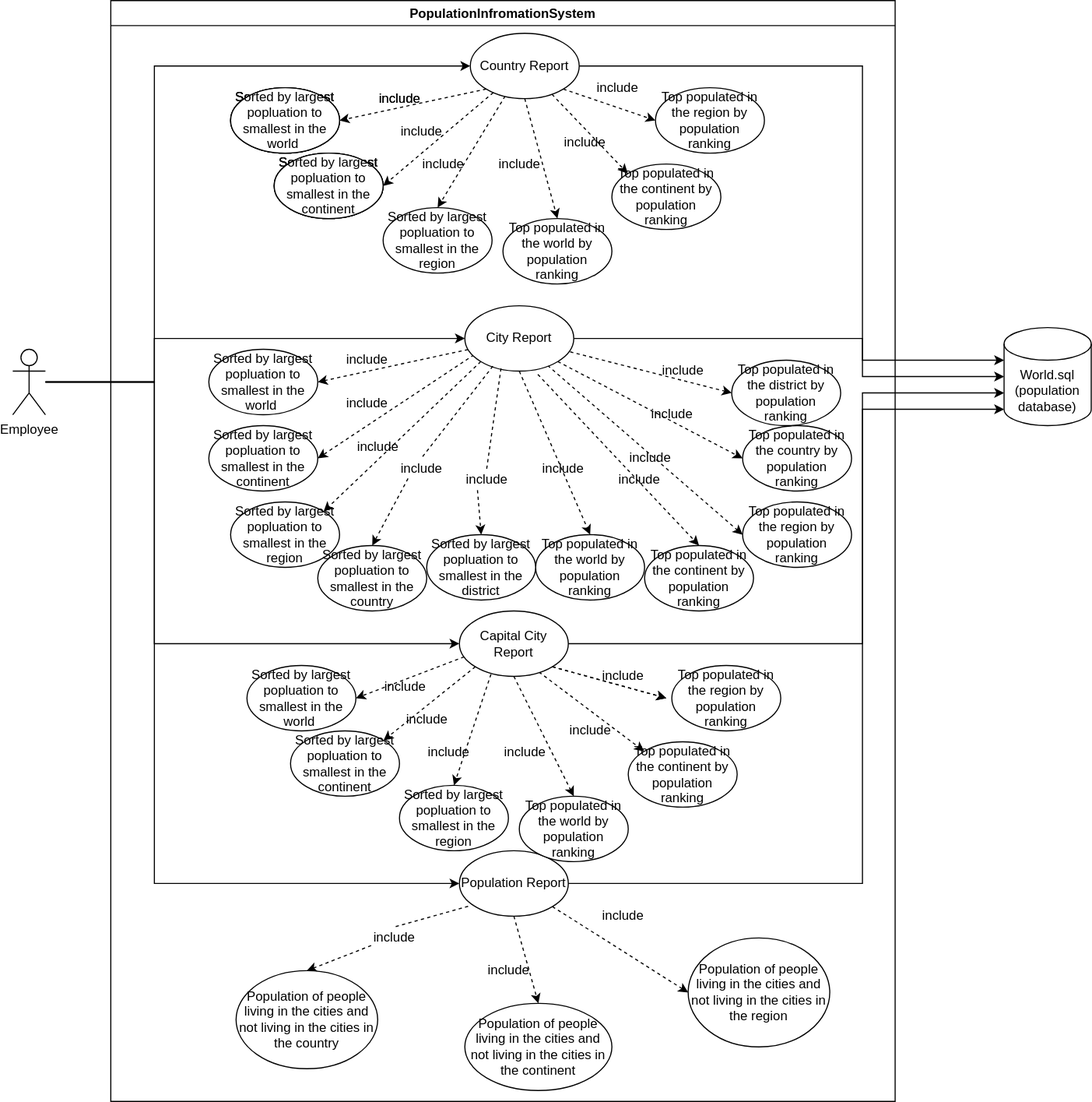
The draw.io diagram Usecase/PopulationInfromationSystem.svg in ChawThiriSoe1779/SET09623Gp2, before a commit. Source tidied: cells renumbered, new cells last; positions are measured from the earlier drawing's top-left corner, leaving out a move shared by most shapes.
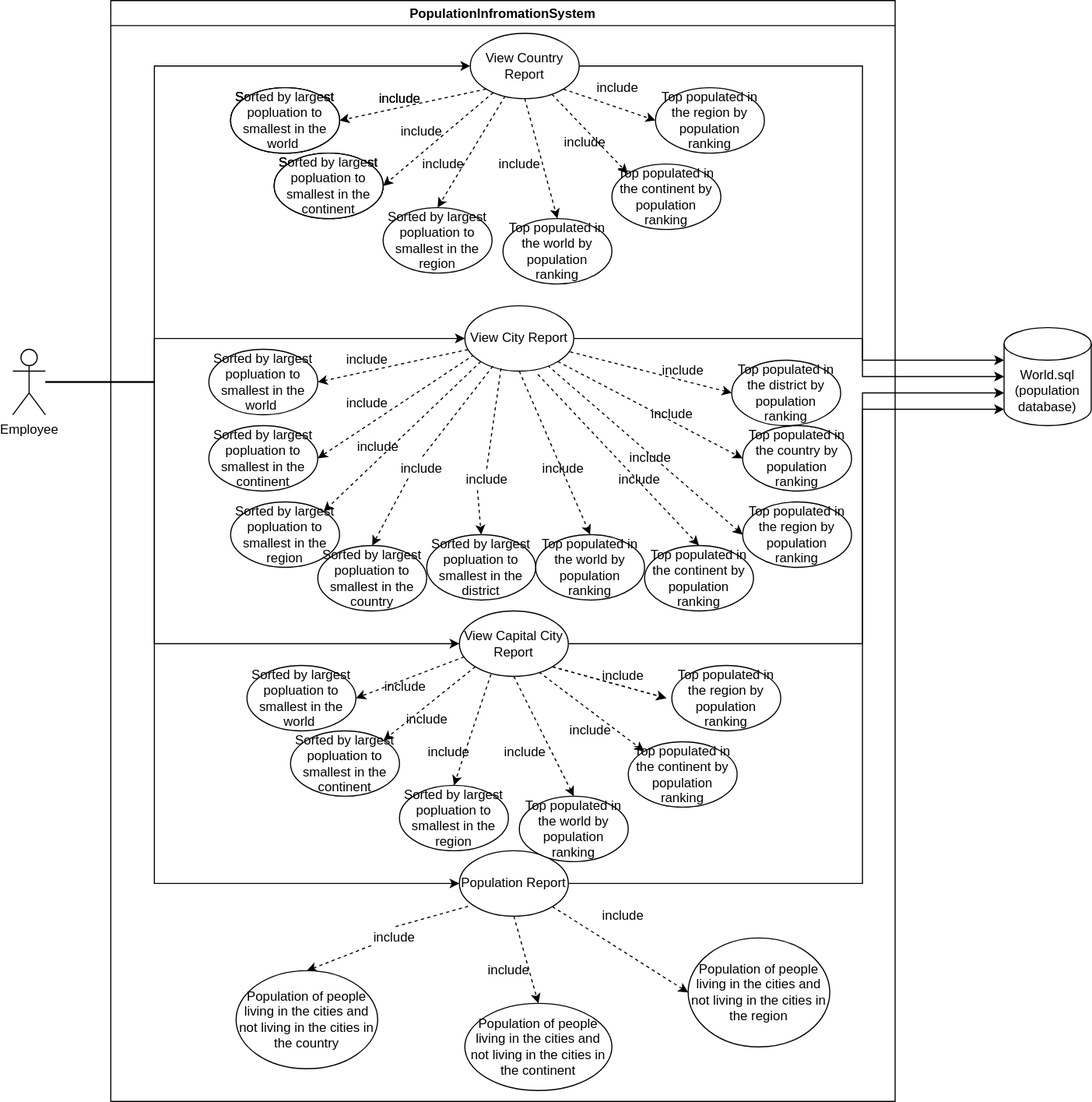
The same diagram one commit later.

Diff of the diagram source:
```diff
@@ -23,7 +23,7 @@
     <mxCell id="8" style="edgeStyle=none;rounded=0;jettySize=auto;html=1;exitX=1;exitY=1;exitDx=0;exitDy=0;entryX=0;entryY=0.5;entryDx=0;entryDy=0;dashed=1;fontSize=12;" parent="2" edge="1" source="9" target="36">
       <mxGeometry relative="1" as="geometry" />
     </mxCell>
-    <mxCell id="9" value="Country Report" style="ellipse;whiteSpace=wrap;html=1;" parent="2" vertex="1">
+    <mxCell id="9" value="View Country Report" style="ellipse;whiteSpace=wrap;html=1;" parent="2" vertex="1">
       <mxGeometry x="330" y="30" width="100" height="60" as="geometry" />
     </mxCell>
     <mxCell id="10" style="edgeStyle=none;rounded=0;jettySize=auto;html=1;entryX=1;entryY=0.5;entryDx=0;entryDy=0;dashed=1;fontSize=12;" parent="2" edge="1" source="20" target="43">
@@ -56,7 +56,7 @@
     <mxCell id="19" style="edgeStyle=none;rounded=0;jettySize=auto;html=1;exitX=0.967;exitY=0.705;exitDx=0;exitDy=0;entryX=0;entryY=0.5;entryDx=0;entryDy=0;dashed=1;fontSize=12;exitPerimeter=0;" parent="2" edge="1" source="20" target="52">
       <mxGeometry relative="1" as="geometry" />
     </mxCell>
-    <mxCell id="20" value="City Report" style="ellipse;whiteSpace=wrap;html=1;" parent="2" vertex="1">
+    <mxCell id="20" value="View City Report" style="ellipse;whiteSpace=wrap;html=1;" parent="2" vertex="1">
       <mxGeometry x="325" y="280" width="100" height="60" as="geometry" />
     </mxCell>
     <mxCell id="21" style="edgeStyle=none;rounded=0;jettySize=auto;html=1;entryX=1;entryY=0.5;entryDx=0;entryDy=0;dashed=1;fontSize=12;" parent="2" edge="1" target="73">
@@ -76,7 +76,7 @@
     <mxCell id="25" style="edgeStyle=none;rounded=0;jettySize=auto;html=1;exitX=0.73;exitY=0.933;exitDx=0;exitDy=0;entryX=0;entryY=0;entryDx=0;entryDy=0;dashed=1;fontSize=12;exitPerimeter=0;" parent="2" edge="1" source="26" target="71">
       <mxGeometry relative="1" as="geometry" />
     </mxCell>
-    <mxCell id="26" value="Capital City Report" style="ellipse;whiteSpace=wrap;html=1;" parent="2" vertex="1">
+    <mxCell id="26" value="View Capital City Report" style="ellipse;whiteSpace=wrap;html=1;" parent="2" vertex="1">
       <mxGeometry x="320" y="560" width="100" height="60" as="geometry" />
     </mxCell>
     <mxCell id="27" style="edgeStyle=none;rounded=0;jettySize=auto;html=1;exitX=0.08;exitY=0.85;exitDx=0;exitDy=0;entryX=0.5;entryY=0;entryDx=0;entryDy=0;dashed=1;fontSize=12;exitPerimeter=0;startArrow=none;" parent="2" edge="1" source="88" target="83">
```
